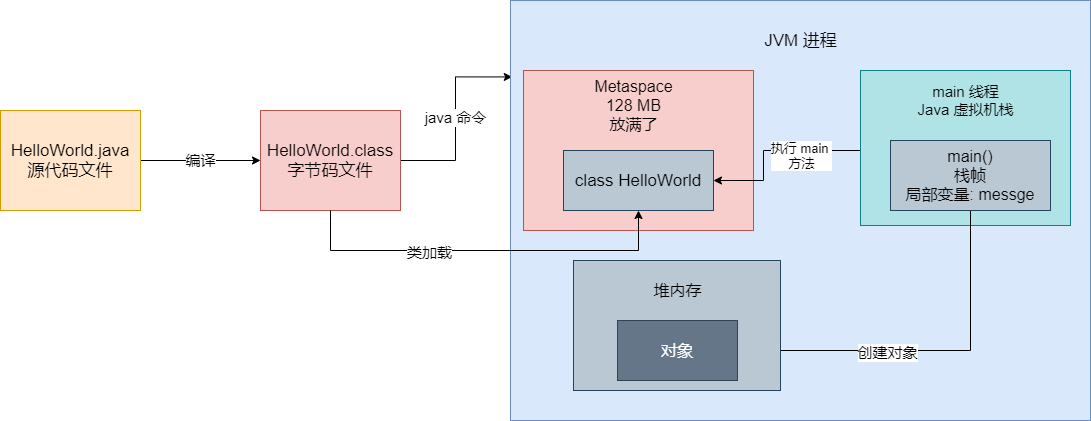
The draw.io diagram source/_posts/OOM-内存溢出/堆内存.png in GD-CKING/CKING.github.io, before a commit. Source tidied: cells renumbered, new cells last; positions are measured from the earlier drawing's top-left corner, leaving out a move shared by most shapes. Its diagram source:
```xml
<mxGraphModel>
  <root>
    <mxCell id="0" />
    <mxCell id="1" parent="0" />
    <mxCell id="2" value="&lt;font style=&quot;font-size: 15px&quot;&gt;编译&lt;/font&gt;" style="edgeStyle=orthogonalEdgeStyle;rounded=0;jettySize=auto;html=1;entryX=0;entryY=0.5;entryDx=0;entryDy=0;" parent="1" edge="1" source="3" target="5">
      <mxGeometry relative="1" as="geometry" />
    </mxCell>
    <mxCell id="3" value="&lt;font style=&quot;font-size: 17px&quot;&gt;HelloWorld.java&lt;br&gt;源代码文件&lt;/font&gt;" style="rounded=0;whiteSpace=wrap;html=1;fillColor=#ffe6cc;strokeColor=#d79b00;" parent="1" vertex="1">
      <mxGeometry y="110" width="140" height="100" as="geometry" />
    </mxCell>
    <mxCell id="4" value="&lt;font style=&quot;font-size: 15px&quot;&gt;java 命令&lt;/font&gt;" style="edgeStyle=orthogonalEdgeStyle;rounded=0;jettySize=auto;html=1;entryX=0.003;entryY=0.182;entryDx=0;entryDy=0;entryPerimeter=0;" parent="1" edge="1" source="5" target="6">
      <mxGeometry relative="1" as="geometry" />
    </mxCell>
    <mxCell id="5" value="&lt;font style=&quot;font-size: 17px&quot;&gt;HelloWorld.class&lt;br&gt;字节码文件&lt;/font&gt;" style="rounded=0;whiteSpace=wrap;html=1;fillColor=#f8cecc;strokeColor=#b85450;" parent="1" vertex="1">
      <mxGeometry x="260" y="110" width="140" height="100" as="geometry" />
    </mxCell>
    <mxCell id="6" style="rounded=0;whiteSpace=wrap;html=1;fillColor=#dae8fc;strokeColor=#6c8ebf;" parent="1" vertex="1">
      <mxGeometry x="510" width="580" height="420" as="geometry" />
    </mxCell>
    <mxCell id="7" style="rounded=0;whiteSpace=wrap;html=1;fillColor=#f8cecc;strokeColor=#b85450;" parent="1" vertex="1">
      <mxGeometry x="523" y="70" width="230" height="160" as="geometry" />
    </mxCell>
    <mxCell id="8" value="&lt;font style=&quot;font-size: 16px&quot;&gt;Metaspace&lt;br&gt;128 MB&lt;br&gt;放满了&lt;br&gt;&lt;/font&gt;" style="text;html=1;align=center;verticalAlign=middle;" parent="1" vertex="1">
      <mxGeometry x="588" y="80" width="90" height="50" as="geometry" />
    </mxCell>
    <mxCell id="9" value="&lt;font style=&quot;font-size: 17px&quot;&gt;class HelloWorld&lt;/font&gt;" style="rounded=0;whiteSpace=wrap;html=1;fillColor=#bac8d3;strokeColor=#23445d;" parent="1" vertex="1">
      <mxGeometry x="563" y="150" width="150" height="60" as="geometry" />
    </mxCell>
    <mxCell id="10" value="&lt;font style=&quot;font-size: 17px&quot;&gt;JVM 进程&lt;/font&gt;" style="text;html=1;align=center;verticalAlign=middle;" parent="1" vertex="1">
      <mxGeometry x="755" y="30" width="90" height="20" as="geometry" />
    </mxCell>
    <mxCell id="11" style="edgeStyle=orthogonalEdgeStyle;rounded=0;jettySize=auto;html=1;" parent="1" edge="1" source="13" target="9">
      <mxGeometry relative="1" as="geometry">
        <Array as="points">
          <mxPoint x="763" y="150" />
          <mxPoint x="763" y="180" />
        </Array>
      </mxGeometry>
    </mxCell>
    <mxCell id="12" value="&lt;font style=&quot;font-size: 13px&quot;&gt;执行 main &lt;br&gt;方法&lt;/font&gt;" style="text;html=1;align=center;verticalAlign=middle;labelBackgroundColor=#ffffff;" parent="11" vertex="1">
      <mxGeometry x="0.28" y="2" relative="1" as="geometry">
        <mxPoint x="35" y="-12" as="offset" />
      </mxGeometry>
    </mxCell>
    <mxCell id="13" style="rounded=0;whiteSpace=wrap;html=1;fillColor=#b0e3e6;strokeColor=#0e8088;" parent="1" vertex="1">
      <mxGeometry x="860" y="70" width="210" height="155" as="geometry" />
    </mxCell>
    <mxCell id="14" value="&lt;font style=&quot;font-size: 15px&quot;&gt;main 线程&lt;br&gt;Java 虚拟机栈&lt;/font&gt;" style="text;html=1;align=center;verticalAlign=middle;" parent="1" vertex="1">
      <mxGeometry x="910" y="85" width="110" height="30" as="geometry" />
    </mxCell>
    <mxCell id="15" style="edgeStyle=orthogonalEdgeStyle;rounded=0;jettySize=auto;html=1;entryX=1;entryY=0.5;entryDx=0;entryDy=0;" parent="1" edge="1" source="17" target="20">
      <mxGeometry relative="1" as="geometry">
        <Array as="points">
          <mxPoint x="970" y="350" />
        </Array>
      </mxGeometry>
    </mxCell>
    <mxCell id="16" value="&lt;font style=&quot;font-size: 15px&quot;&gt;创建对象&lt;/font&gt;" style="text;html=1;align=center;verticalAlign=middle;labelBackgroundColor=#ffffff;" parent="15" vertex="1">
      <mxGeometry x="0.2" y="1" relative="1" as="geometry" />
    </mxCell>
    <mxCell id="17" value="&lt;font style=&quot;font-size: 16px&quot;&gt;main()&lt;br&gt;栈帧&lt;br&gt;局部变量: messge&lt;/font&gt;" style="rounded=0;whiteSpace=wrap;html=1;fillColor=#bac8d3;strokeColor=#23445d;" parent="1" vertex="1">
      <mxGeometry x="890" y="140" width="160" height="70" as="geometry" />
    </mxCell>
    <mxCell id="18" style="rounded=0;whiteSpace=wrap;html=1;fillColor=#bac8d3;strokeColor=#23445d;" parent="1" vertex="1">
      <mxGeometry x="573" y="260" width="207" height="130" as="geometry" />
    </mxCell>
    <mxCell id="19" value="&lt;font style=&quot;font-size: 16px&quot;&gt;堆内存&lt;/font&gt;" style="text;html=1;align=center;verticalAlign=middle;" parent="1" vertex="1">
      <mxGeometry x="646.5" y="280" width="60" height="20" as="geometry" />
    </mxCell>
    <mxCell id="20" value="&lt;font style=&quot;font-size: 16px&quot;&gt;对象&lt;/font&gt;" style="rounded=0;whiteSpace=wrap;html=1;fillColor=#647687;strokeColor=#314354;fontColor=#ffffff;" parent="1" vertex="1">
      <mxGeometry x="617" y="320" width="120" height="60" as="geometry" />
    </mxCell>
    <mxCell id="21" style="edgeStyle=orthogonalEdgeStyle;rounded=0;jettySize=auto;html=1;entryX=0.5;entryY=1;entryDx=0;entryDy=0;" parent="1" edge="1" source="5" target="9">
      <mxGeometry relative="1" as="geometry">
        <Array as="points">
          <mxPoint x="330" y="250" />
          <mxPoint x="638" y="250" />
        </Array>
      </mxGeometry>
    </mxCell>
    <mxCell id="22" value="&lt;font style=&quot;font-size: 15px&quot;&gt;类加载&lt;/font&gt;" style="text;html=1;align=center;verticalAlign=middle;labelBackgroundColor=#ffffff;" parent="21" vertex="1">
      <mxGeometry x="-0.29" y="-1" relative="1" as="geometry" />
    </mxCell>
  </root>
</mxGraphModel>
```
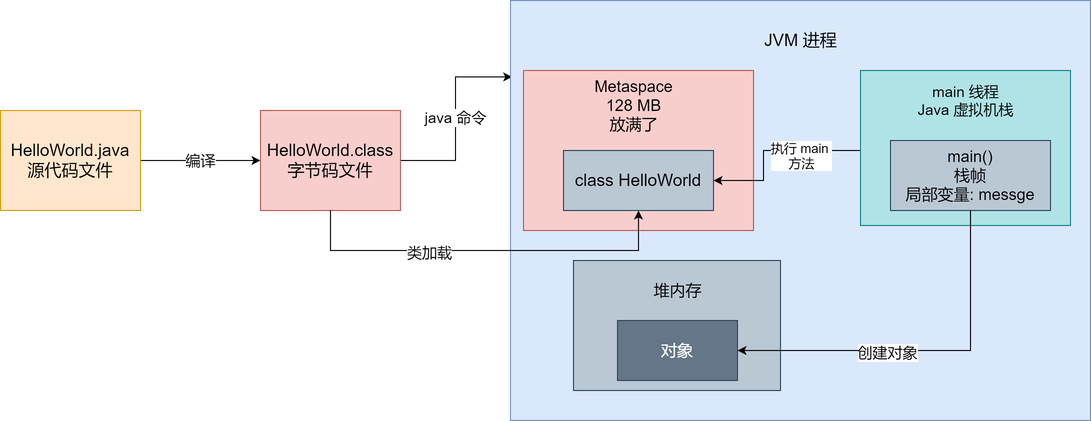
Later version of the same file.

What changed in the source:
```diff
@@ -8,18 +8,18 @@
     <mxCell id="3" value="&lt;font style=&quot;font-size: 17px&quot;&gt;HelloWorld.java&lt;br&gt;源代码文件&lt;/font&gt;" style="rounded=0;whiteSpace=wrap;html=1;fillColor=#ffe6cc;strokeColor=#d79b00;" parent="1" vertex="1">
       <mxGeometry y="110" width="140" height="100" as="geometry" />
     </mxCell>
-    <mxCell id="4" value="&lt;font style=&quot;font-size: 15px&quot;&gt;java 命令&lt;/font&gt;" style="edgeStyle=orthogonalEdgeStyle;rounded=0;jettySize=auto;html=1;entryX=0.003;entryY=0.182;entryDx=0;entryDy=0;entryPerimeter=0;" parent="1" edge="1" source="5" target="6">
+    <mxCell id="4" value="&lt;font style=&quot;font-size: 15px&quot;&gt;java 命令&lt;/font&gt;" style="edgeStyle=orthogonalEdgeStyle;rounded=0;jettySize=auto;html=1;entryX=0.003;entryY=0.182;entryDx=0;entryDy=0;entryPerimeter=0;" parent="1" edge="1" source="5" target="23">
       <mxGeometry relative="1" as="geometry" />
     </mxCell>
     <mxCell id="5" value="&lt;font style=&quot;font-size: 17px&quot;&gt;HelloWorld.class&lt;br&gt;字节码文件&lt;/font&gt;" style="rounded=0;whiteSpace=wrap;html=1;fillColor=#f8cecc;strokeColor=#b85450;" parent="1" vertex="1">
       <mxGeometry x="260" y="110" width="140" height="100" as="geometry" />
     </mxCell>
-    <mxCell id="6" style="rounded=0;whiteSpace=wrap;html=1;fillColor=#dae8fc;strokeColor=#6c8ebf;" parent="1" vertex="1">
-      <mxGeometry x="510" width="580" height="420" as="geometry" />
-    </mxCell>
-    <mxCell id="7" style="rounded=0;whiteSpace=wrap;html=1;fillColor=#f8cecc;strokeColor=#b85450;" parent="1" vertex="1">
-      <mxGeometry x="523" y="70" width="230" height="160" as="geometry" />
-    </mxCell>
+    <mxCell id="23" style="rounded=0;whiteSpace=wrap;html=1;fillColor=#dae8fc;strokeColor=#6c8ebf;" parent="1" vertex="1">
+      <mxGeometry x="510" width="580" height="420" as="geometry" />
+    </mxCell>
+    <mxCell id="24" style="rounded=0;whiteSpace=wrap;html=1;fillColor=#f8cecc;strokeColor=#b85450;" parent="1" vertex="1">
+      <mxGeometry x="523" y="70" width="230" height="160" as="geometry" />
+    </mxCell>
     <mxCell id="8" value="&lt;font style=&quot;font-size: 16px&quot;&gt;Metaspace&lt;br&gt;128 MB&lt;br&gt;放满了&lt;br&gt;&lt;/font&gt;" style="text;html=1;align=center;verticalAlign=middle;" parent="1" vertex="1">
       <mxGeometry x="588" y="80" width="90" height="50" as="geometry" />
     </mxCell>
@@ -29,41 +29,31 @@
     <mxCell id="10" value="&lt;font style=&quot;font-size: 17px&quot;&gt;JVM 进程&lt;/font&gt;" style="text;html=1;align=center;verticalAlign=middle;" parent="1" vertex="1">
       <mxGeometry x="755" y="30" width="90" height="20" as="geometry" />
     </mxCell>
-    <mxCell id="11" style="edgeStyle=orthogonalEdgeStyle;rounded=0;jettySize=auto;html=1;" parent="1" edge="1" source="13" target="9">
-      <mxGeometry relative="1" as="geometry">
-        <Array as="points">
-          <mxPoint x="763" y="150" />
-          <mxPoint x="763" y="180" />
-        </Array>
-      </mxGeometry>
-    </mxCell>
+    <mxCell id="25" style="edgeStyle=orthogonalEdgeStyle;rounded=0;jettySize=auto;html=1;" parent="1" edge="1" source="26" target="9">
+      <mxGeometry relative="1" as="geometry">
+        <Array as="points">
+          <mxPoint x="763" y="150" />
+          <mxPoint x="763" y="180" />
+        </Array>
+      </mxGeometry>
+    </mxCell>
-    <mxCell id="12" value="&lt;font style=&quot;font-size: 13px&quot;&gt;执行 main &lt;br&gt;方法&lt;/font&gt;" style="text;html=1;align=center;verticalAlign=middle;labelBackgroundColor=#ffffff;" parent="11" vertex="1">
+    <mxCell id="12" value="&lt;font style=&quot;font-size: 13px&quot;&gt;执行 main &lt;br&gt;方法&lt;/font&gt;" style="text;html=1;align=center;verticalAlign=middle;labelBackgroundColor=#ffffff;" parent="25" vertex="1">
       <mxGeometry x="0.28" y="2" relative="1" as="geometry">
         <mxPoint x="35" y="-12" as="offset" />
       </mxGeometry>
     </mxCell>
-    <mxCell id="13" style="rounded=0;whiteSpace=wrap;html=1;fillColor=#b0e3e6;strokeColor=#0e8088;" parent="1" vertex="1">
-      <mxGeometry x="860" y="70" width="210" height="155" as="geometry" />
-    </mxCell>
+    <mxCell id="26" style="rounded=0;whiteSpace=wrap;html=1;fillColor=#b0e3e6;strokeColor=#0e8088;" parent="1" vertex="1">
+      <mxGeometry x="860" y="70" width="210" height="155" as="geometry" />
+    </mxCell>
     <mxCell id="14" value="&lt;font style=&quot;font-size: 15px&quot;&gt;main 线程&lt;br&gt;Java 虚拟机栈&lt;/font&gt;" style="text;html=1;align=center;verticalAlign=middle;" parent="1" vertex="1">
       <mxGeometry x="910" y="85" width="110" height="30" as="geometry" />
     </mxCell>
-    <mxCell id="15" style="edgeStyle=orthogonalEdgeStyle;rounded=0;jettySize=auto;html=1;entryX=1;entryY=0.5;entryDx=0;entryDy=0;" parent="1" edge="1" source="17" target="20">
-      <mxGeometry relative="1" as="geometry">
-        <Array as="points">
-          <mxPoint x="970" y="350" />
-        </Array>
-      </mxGeometry>
-    </mxCell>
-    <mxCell id="16" value="&lt;font style=&quot;font-size: 15px&quot;&gt;创建对象&lt;/font&gt;" style="text;html=1;align=center;verticalAlign=middle;labelBackgroundColor=#ffffff;" parent="15" vertex="1">
-      <mxGeometry x="0.2" y="1" relative="1" as="geometry" />
-    </mxCell>
     <mxCell id="17" value="&lt;font style=&quot;font-size: 16px&quot;&gt;main()&lt;br&gt;栈帧&lt;br&gt;局部变量: messge&lt;/font&gt;" style="rounded=0;whiteSpace=wrap;html=1;fillColor=#bac8d3;strokeColor=#23445d;" parent="1" vertex="1">
       <mxGeometry x="890" y="140" width="160" height="70" as="geometry" />
     </mxCell>
-    <mxCell id="18" style="rounded=0;whiteSpace=wrap;html=1;fillColor=#bac8d3;strokeColor=#23445d;" parent="1" vertex="1">
-      <mxGeometry x="573" y="260" width="207" height="130" as="geometry" />
-    </mxCell>
+    <mxCell id="27" style="rounded=0;whiteSpace=wrap;html=1;fillColor=#bac8d3;strokeColor=#23445d;" parent="1" vertex="1">
+      <mxGeometry x="573" y="260" width="207" height="130" as="geometry" />
+    </mxCell>
     <mxCell id="19" value="&lt;font style=&quot;font-size: 16px&quot;&gt;堆内存&lt;/font&gt;" style="text;html=1;align=center;verticalAlign=middle;" parent="1" vertex="1">
       <mxGeometry x="646.5" y="280" width="60" height="20" as="geometry" />
     </mxCell>
@@ -81,5 +71,15 @@
     <mxCell id="22" value="&lt;font style=&quot;font-size: 15px&quot;&gt;类加载&lt;/font&gt;" style="text;html=1;align=center;verticalAlign=middle;labelBackgroundColor=#ffffff;" parent="21" vertex="1">
       <mxGeometry x="-0.29" y="-1" relative="1" as="geometry" />
     </mxCell>
+    <mxCell id="15" style="edgeStyle=orthogonalEdgeStyle;rounded=0;jettySize=auto;html=1;entryX=1;entryY=0.5;entryDx=0;entryDy=0;" parent="1" edge="1" source="17" target="20">
+      <mxGeometry relative="1" as="geometry">
+        <Array as="points">
+          <mxPoint x="970" y="350" />
+        </Array>
+      </mxGeometry>
+    </mxCell>
+    <mxCell id="16" value="&lt;font style=&quot;font-size: 15px&quot;&gt;创建对象&lt;/font&gt;" style="text;html=1;align=center;verticalAlign=middle;labelBackgroundColor=#ffffff;" parent="15" vertex="1">
+      <mxGeometry x="0.2" y="1" relative="1" as="geometry" />
+    </mxCell>
   </root>
 </mxGraphModel>
```
